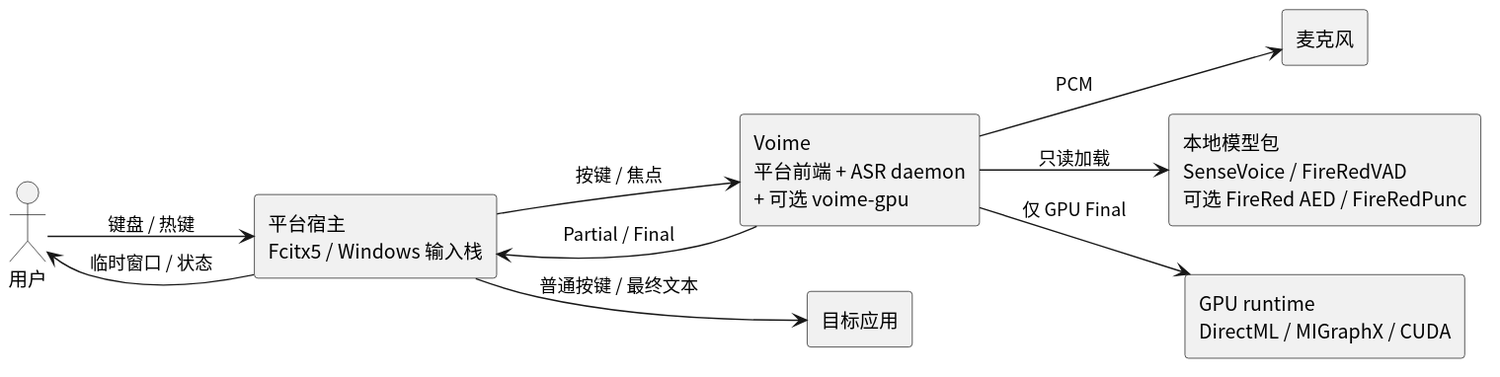
Earlier version of the PlantUML export diagram/general-architecture.svg (54m43lJ/voime).
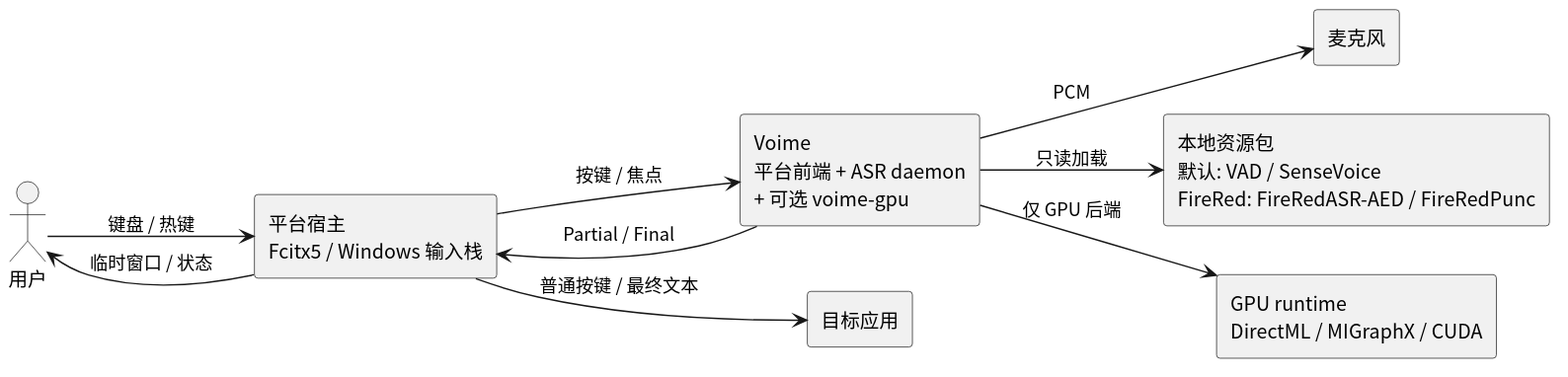
The same file after the commit.

What changed in the source:
```diff
@@ -9,7 +9,7 @@
 component "Voime\n平台前端 + ASR daemon\n+ 可选 voime-gpu" as Voime
 component "目标应用" as App
 component "麦克风" as Mic
-component "本地模型包\nSenseVoice / FireRedVAD\n可选 FireRed AED / FireRedPunc" as Models
+component "本地资源包\n默认: VAD / SenseVoice\nFireRed: FireRedASR-AED / FireRedPunc" as Models
 component "GPU runtime\nDirectML / MIGraphX / CUDA" as Gpu
 
 User --> Host : 键盘 / 热键
@@ -19,5 +19,5 @@
 Host --> User : 临时窗口 / 状态
 Voime --> Mic : PCM
 Voime --> Models : 只读加载
-Voime --> Gpu : 仅 GPU Final
+Voime --> Gpu : 仅 GPU 后端
 @enduml
```
